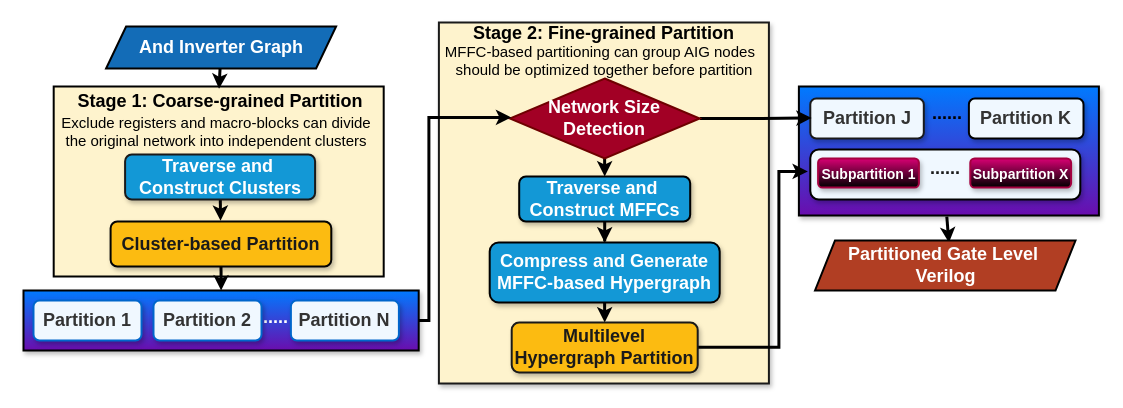
Earlier version of the draw.io diagram PartitionFlow.drawio (kxzhu0505/LogicSynOpt). Source tidied: cells renumbered, new cells numbered last; positions are measured from the earlier drawing's top-left corner, leaving out a move shared by most shapes. Both pictures are drawn from the tidied source at 100%, with x=0, y=0 at pixel (23, 18).
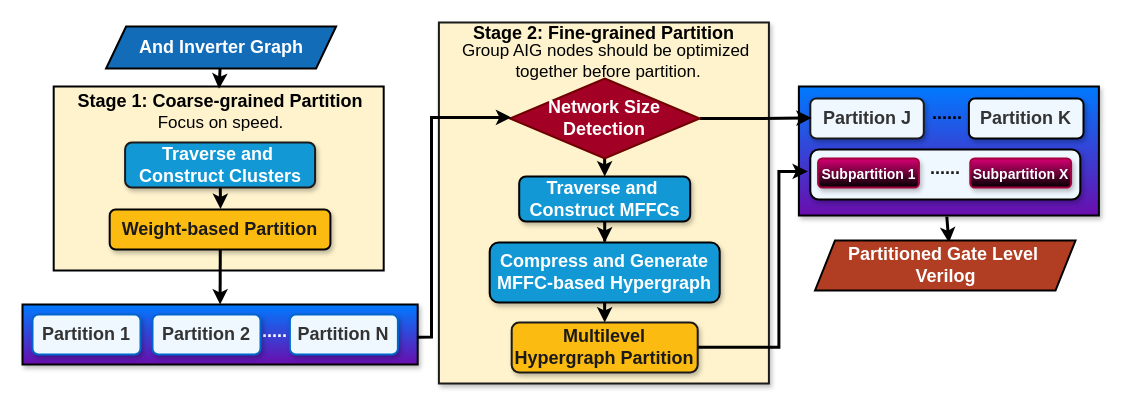
Above is the later version.

Unchanged cells that the change refers to:
```xml
<mxCell id="33" value="&lt;font style=&quot;font-size: 18px;&quot;&gt;&lt;b&gt;Network Size&lt;/b&gt;&lt;/font&gt;&lt;div style=&quot;font-size: 18px;&quot;&gt;&lt;font style=&quot;font-size: 18px;&quot;&gt;&lt;b&gt;Detection&lt;/b&gt;&lt;/font&gt;&lt;/div&gt;" style="rhombus;whiteSpace=wrap;html=1;fillColor=#a20025;strokeColor=#6F0000;strokeWidth=2;fontColor=#ffffff;" parent="1" vertex="1">
  <mxGeometry x="486.2" y="60" width="190" height="80" as="geometry" />
</mxCell>
```

Change to the diagram source:
```diff
@@
     <mxCell id="5" style="rounded=0;whiteSpace=wrap;html=1;shadow=1;strokeWidth=2;fontSize=18;arcSize=14;fillColor=#007AFF;strokeColor=#000000;gradientColor=#6A0DAD;" parent="1" vertex="1">
-      <mxGeometry y="272" width="395.2" height="60" as="geometry" />
+      <mxGeometry x="-1" y="286" width="395.2" height="60" as="geometry" />
     </mxCell>
     <mxCell id="6" value="&lt;font face=&quot;Helvetica&quot; style=&quot;font-size: 18px;&quot;&gt;Partition 1&lt;/font&gt;" style="rounded=1;whiteSpace=wrap;html=1;fontStyle=1;fontSize=18;strokeWidth=2;shadow=1;fillColor=#F0F8FF;fontColor=#333333;strokeColor=#0066CC;" parent="1" vertex="1">
-      <mxGeometry x="10" y="282" width="108" height="40" as="geometry" />
+      <mxGeometry x="9" y="296" width="108" height="40" as="geometry" />
     </mxCell>
     <mxCell id="7" value="&lt;font color=&quot;#ffffff&quot; face=&quot;Helvetica&quot; style=&quot;font-size: 18px;&quot;&gt;......&lt;/font&gt;" style="text;html=1;strokeColor=none;fillColor=none;align=center;verticalAlign=middle;whiteSpace=wrap;rounded=0;fontStyle=1;fontSize=18;strokeWidth=3;" parent="1" vertex="1">
-      <mxGeometry x="220" y="284" width="60" height="30" as="geometry" />
+      <mxGeometry x="219" y="298" width="60" height="30" as="geometry" />
     </mxCell>
     <mxCell id="8" value="&lt;font face=&quot;Helvetica&quot; style=&quot;font-size: 18px;&quot;&gt;Partition N&lt;/font&gt;" style="rounded=1;whiteSpace=wrap;html=1;fontStyle=1;fontSize=18;strokeWidth=2;shadow=1;fillColor=#F0F8FF;strokeColor=#0066CC;fontColor=#333333;" parent="1" vertex="1">
-      <mxGeometry x="267.4" y="282" width="108" height="40" as="geometry" />
+      <mxGeometry x="266.4" y="296" width="108" height="40" as="geometry" />
     </mxCell>
     <mxCell id="9" value="&lt;font face=&quot;Helvetica&quot; style=&quot;font-size: 18px;&quot;&gt;Partition 2&lt;/font&gt;" style="rounded=1;whiteSpace=wrap;html=1;fontStyle=1;fontSize=18;strokeWidth=2;shadow=1;fillColor=#F0F8FF;fontColor=#333333;strokeColor=#0066CC;" parent="1" vertex="1">
-      <mxGeometry x="130" y="282" width="108" height="40" as="geometry" />
+      <mxGeometry x="129" y="296" width="108" height="40" as="geometry" />
     </mxCell>
@@
     <mxCell id="22" style="rounded=0;whiteSpace=wrap;html=1;strokeWidth=2;fillColor=#FEF3CD;strokeColor=#000000;" parent="1" vertex="1">
-      <mxGeometry x="30.2" y="68" width="330" height="190" as="geometry" />
+      <mxGeometry x="30.2" y="68" width="330" height="184" as="geometry" />
     </mxCell>
@@
-    <mxCell id="26" style="rounded=0;jettySize=auto;html=1;entryX=0.498;entryY=-0.016;entryDx=0;entryDy=0;strokeWidth=3;entryPerimeter=0;" parent="1" edge="1" source="27" target="29">
-      <mxGeometry relative="1" as="geometry" />
+    <mxCell id="26" style="rounded=0;jettySize=auto;html=1;entryX=0.498;entryY=-0.016;entryDx=0;entryDy=0;strokeWidth=3;entryPerimeter=0;" parent="1" edge="1" source="27">
+      <mxGeometry relative="1" as="geometry">
+        <mxPoint x="197" y="190.5" as="targetPoint" />
+      </mxGeometry>
     </mxCell>
     <mxCell id="27" value="&lt;b style=&quot;&quot;&gt;&lt;font style=&quot;font-size: 18px;&quot;&gt;Traverse and&amp;nbsp; Construct Clusters&lt;/font&gt;&lt;/b&gt;" style="rounded=1;whiteSpace=wrap;html=1;fillColor=#1398d6;strokeColor=#1A1A1A;strokeWidth=2;shadow=1;fontColor=#ffffff;" parent="1" vertex="1">
-      <mxGeometry x="101.6" y="136" width="190" height="45" as="geometry" />
+      <mxGeometry x="101.6" y="124" width="190" height="45" as="geometry" />
     </mxCell>
-    <mxCell id="28" style="rounded=0;jettySize=auto;html=1;entryX=0.5;entryY=0;entryDx=0;entryDy=0;strokeWidth=3;" parent="1" edge="1" source="29" target="5">
+    <mxCell id="28" style="rounded=0;jettySize=auto;html=1;entryX=0.5;entryY=0;entryDx=0;entryDy=0;strokeWidth=3;exitX=0.501;exitY=1.002;exitDx=0;exitDy=0;exitPerimeter=0;" parent="1" edge="1" source="41" target="5">
       <mxGeometry relative="1" as="geometry" />
     </mxCell>
-    <mxCell id="29" value="&lt;font color=&quot;#1a1a1a&quot;&gt;&lt;b&gt;&lt;font style=&quot;font-size: 18px;&quot;&gt;Cluster-based&amp;nbsp;&lt;/font&gt;&lt;/b&gt;&lt;b style=&quot;&quot;&gt;&lt;font style=&quot;font-size: 18px;&quot;&gt;Partition&lt;/font&gt;&lt;/b&gt;&lt;/font&gt;" style="rounded=1;whiteSpace=wrap;html=1;fillColor=#fcbb11;strokeColor=#030303;strokeWidth=2;shadow=1;fontColor=#ffffff;" parent="1" vertex="1">
-      <mxGeometry x="87.1" y="203" width="220.7" height="45" as="geometry" />
-    </mxCell>
@@
-    <mxCell id="36" value="&lt;font style=&quot;font-size: 15px;&quot;&gt;&amp;nbsp;Exclude registers and macro-blocks can divide&amp;nbsp;&lt;/font&gt;&lt;div&gt;&lt;font style=&quot;font-size: 15px;&quot;&gt;the original network into independent clusters&lt;/font&gt;&lt;/div&gt;" style="text;html=1;align=center;verticalAlign=middle;whiteSpace=wrap;rounded=0;" parent="1" vertex="1">
-      <mxGeometry x="2.6" y="98" width="380" height="30" as="geometry" />
+    <mxCell id="36" value="&lt;font style=&quot;font-size: 17px;&quot;&gt;Focus on speed.&lt;/font&gt;" style="text;html=1;align=center;verticalAlign=middle;whiteSpace=wrap;rounded=0;" parent="1" vertex="1">
+      <mxGeometry x="65.3" y="90" width="264.6" height="30" as="geometry" />
     </mxCell>
-    <mxCell id="37" value="&lt;font style=&quot;font-size: 15px;&quot;&gt;MFFC-based partitioning can group AIG nodes&amp;nbsp;&amp;nbsp;&lt;/font&gt;&lt;div&gt;&lt;font style=&quot;font-size: 15px;&quot;&gt;should be optimized together before partition&lt;/font&gt;&lt;/div&gt;" style="text;html=1;align=center;verticalAlign=middle;whiteSpace=wrap;rounded=0;" parent="1" vertex="1">
-      <mxGeometry x="391.2" y="27" width="380" height="30" as="geometry" />
-    </mxCell>
-    <mxCell id="38" style="edgeStyle=orthogonalEdgeStyle;rounded=0;jettySize=auto;html=1;entryX=0.008;entryY=0.486;entryDx=0;entryDy=0;entryPerimeter=0;strokeWidth=3;" parent="1" edge="1" source="5" target="33">
+    <mxCell id="38" style="edgeStyle=orthogonalEdgeStyle;rounded=0;jettySize=auto;html=1;entryX=0.008;entryY=0.486;entryDx=0;entryDy=0;entryPerimeter=0;strokeWidth=3;exitX=0.998;exitY=0.544;exitDx=0;exitDy=0;exitPerimeter=0;" parent="1" edge="1" source="5" target="33">
       <mxGeometry relative="1" as="geometry">
         <Array as="points">
-          <mxPoint x="405.4" y="302" />
-          <mxPoint x="405.4" y="99" />
+          <mxPoint x="408" y="319" />
+          <mxPoint x="408" y="99" />
         </Array>
       </mxGeometry>
     </mxCell>
@@
+    <mxCell id="40" value="&lt;font style=&quot;font-size: 17px;&quot;&gt;&lt;font style=&quot;&quot;&gt;Group AIG nodes&amp;nbsp;&lt;/font&gt;&lt;span style=&quot;background-color: transparent; color: light-dark(rgb(0, 0, 0), rgb(255, 255, 255));&quot;&gt;should be optimized&amp;nbsp;&lt;/span&gt;&lt;/font&gt;&lt;div&gt;&lt;span style=&quot;background-color: transparent; color: light-dark(rgb(0, 0, 0), rgb(255, 255, 255));&quot;&gt;&lt;font style=&quot;font-size: 17px;&quot;&gt;together before partition.&lt;/font&gt;&lt;/span&gt;&lt;/div&gt;" style="text;html=1;align=center;verticalAlign=middle;whiteSpace=wrap;rounded=0;" parent="1" vertex="1">
+      <mxGeometry x="395.4" y="28" width="380" height="30" as="geometry" />
+    </mxCell>
+    <mxCell id="41" value="&lt;font color=&quot;#1a1a1a&quot;&gt;&lt;b&gt;&lt;font style=&quot;font-size: 18px;&quot;&gt;Weight-based&amp;nbsp;&lt;/font&gt;&lt;/b&gt;&lt;b style=&quot;&quot;&gt;&lt;font style=&quot;font-size: 18px;&quot;&gt;Partition&lt;/font&gt;&lt;/b&gt;&lt;/font&gt;" style="rounded=1;whiteSpace=wrap;html=1;fillColor=#fcbb11;strokeColor=#030303;strokeWidth=2;shadow=1;fontColor=#ffffff;" parent="1" vertex="1">
+      <mxGeometry x="86.2" y="191" width="220.7" height="40" as="geometry" />
+    </mxCell>
```
